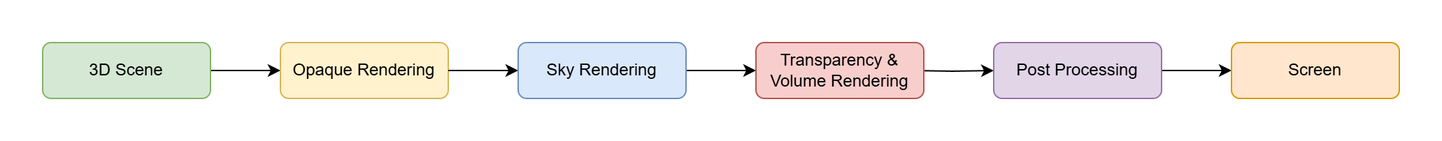
alelievr/Modern-Rendering-Introduction keeps this draw.io diagram as Media/Images/RenderPipeline.png. Above is the earlier version. Source tidied: cells renumbered, new cells last; positions are measured from the earlier drawing's top-left corner, leaving out a move shared by most shapes. The source it was exported from:
```xml
<mxGraphModel>
  <root>
    <mxCell id="0" />
    <mxCell id="1" parent="0" />
    <mxCell id="2" style="edgeStyle=orthogonalEdgeStyle;rounded=0;jettySize=auto;html=1;" parent="1" edge="1" source="3" target="5">
      <mxGeometry relative="1" as="geometry" />
    </mxCell>
    <mxCell id="3" value="3D Scene" style="rounded=1;whiteSpace=wrap;html=1;fillColor=#d5e8d4;strokeColor=#82b366;" parent="1" vertex="1">
      <mxGeometry width="120" height="40" as="geometry" />
    </mxCell>
    <mxCell id="4" style="edgeStyle=orthogonalEdgeStyle;rounded=0;jettySize=auto;html=1;" parent="1" edge="1" source="12" target="7">
      <mxGeometry relative="1" as="geometry" />
    </mxCell>
    <mxCell id="5" value="Opaque Rendering" style="rounded=1;whiteSpace=wrap;html=1;fillColor=#fff2cc;strokeColor=#d6b656;" parent="1" vertex="1">
      <mxGeometry x="170" width="120" height="40" as="geometry" />
    </mxCell>
    <mxCell id="6" style="edgeStyle=orthogonalEdgeStyle;rounded=0;jettySize=auto;html=1;" parent="1" edge="1" target="9">
      <mxGeometry relative="1" as="geometry">
        <mxPoint x="620" y="20" as="sourcePoint" />
      </mxGeometry>
    </mxCell>
    <mxCell id="7" value="Transparency &amp;amp; Volume Rendering" style="rounded=1;whiteSpace=wrap;html=1;fillColor=#f8cecc;strokeColor=#b85450;" parent="1" vertex="1">
      <mxGeometry x="510" width="120" height="40" as="geometry" />
    </mxCell>
    <mxCell id="8" style="edgeStyle=orthogonalEdgeStyle;rounded=0;jettySize=auto;html=1;" parent="1" edge="1" source="9" target="10">
      <mxGeometry relative="1" as="geometry" />
    </mxCell>
    <mxCell id="9" value="Post Processing" style="rounded=1;whiteSpace=wrap;html=1;fillColor=#e1d5e7;strokeColor=#9673a6;" parent="1" vertex="1">
      <mxGeometry x="680" width="120" height="40" as="geometry" />
    </mxCell>
    <mxCell id="10" value="Screen" style="rounded=1;whiteSpace=wrap;html=1;fillColor=#ffe6cc;strokeColor=#d79b00;" parent="1" vertex="1">
      <mxGeometry x="850" width="120" height="40" as="geometry" />
    </mxCell>
    <mxCell id="11" style="edgeStyle=orthogonalEdgeStyle;rounded=0;jettySize=auto;html=1;" parent="1" edge="1" source="5" target="12">
      <mxGeometry relative="1" as="geometry" />
    </mxCell>
    <mxCell id="12" value="Sky Rendering" style="rounded=1;whiteSpace=wrap;html=1;fillColor=#dae8fc;strokeColor=#6c8ebf;" parent="1" vertex="1">
      <mxGeometry x="340" width="120" height="40" as="geometry" />
    </mxCell>
  </root>
</mxGraphModel>
```
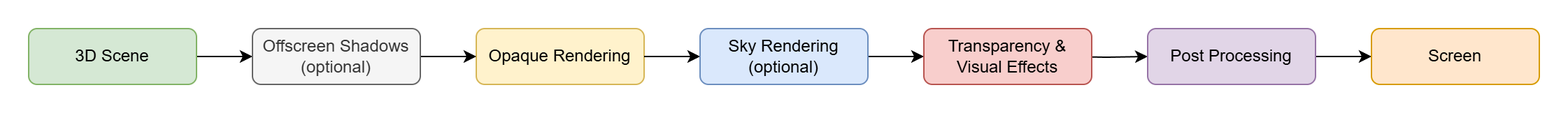
The same diagram one commit later.

The edit, as a diff of the source:
```diff
@@ -2,25 +2,25 @@
   <root>
     <mxCell id="0" />
     <mxCell id="1" parent="0" />
-    <mxCell id="2" style="edgeStyle=orthogonalEdgeStyle;rounded=0;jettySize=auto;html=1;" parent="1" edge="1" source="3" target="5">
-      <mxGeometry relative="1" as="geometry" />
-    </mxCell>
+    <mxCell id="13" style="edgeStyle=orthogonalEdgeStyle;rounded=0;jettySize=auto;html=1;" parent="1" edge="1" source="3" target="15">
+      <mxGeometry relative="1" as="geometry" />
+    </mxCell>
     <mxCell id="3" value="3D Scene" style="rounded=1;whiteSpace=wrap;html=1;fillColor=#d5e8d4;strokeColor=#82b366;" parent="1" vertex="1">
-      <mxGeometry width="120" height="40" as="geometry" />
+      <mxGeometry x="-120" width="120" height="40" as="geometry" />
     </mxCell>
     <mxCell id="4" style="edgeStyle=orthogonalEdgeStyle;rounded=0;jettySize=auto;html=1;" parent="1" edge="1" source="12" target="7">
       <mxGeometry relative="1" as="geometry" />
     </mxCell>
     <mxCell id="5" value="Opaque Rendering" style="rounded=1;whiteSpace=wrap;html=1;fillColor=#fff2cc;strokeColor=#d6b656;" parent="1" vertex="1">
-      <mxGeometry x="170" width="120" height="40" as="geometry" />
+      <mxGeometry x="200" width="120" height="40" as="geometry" />
     </mxCell>
     <mxCell id="6" style="edgeStyle=orthogonalEdgeStyle;rounded=0;jettySize=auto;html=1;" parent="1" edge="1" target="9">
       <mxGeometry relative="1" as="geometry">
         <mxPoint x="620" y="20" as="sourcePoint" />
       </mxGeometry>
     </mxCell>
-    <mxCell id="7" value="Transparency &amp;amp; Volume Rendering" style="rounded=1;whiteSpace=wrap;html=1;fillColor=#f8cecc;strokeColor=#b85450;" parent="1" vertex="1">
-      <mxGeometry x="510" width="120" height="40" as="geometry" />
+    <mxCell id="7" value="Transparency &amp;amp; Visual Effects" style="rounded=1;whiteSpace=wrap;html=1;fillColor=#f8cecc;strokeColor=#b85450;" parent="1" vertex="1">
+      <mxGeometry x="520" width="120" height="40" as="geometry" />
     </mxCell>
     <mxCell id="8" style="edgeStyle=orthogonalEdgeStyle;rounded=0;jettySize=auto;html=1;" parent="1" edge="1" source="9" target="10">
       <mxGeometry relative="1" as="geometry" />
@@ -29,13 +29,19 @@
       <mxGeometry x="680" width="120" height="40" as="geometry" />
     </mxCell>
     <mxCell id="10" value="Screen" style="rounded=1;whiteSpace=wrap;html=1;fillColor=#ffe6cc;strokeColor=#d79b00;" parent="1" vertex="1">
-      <mxGeometry x="850" width="120" height="40" as="geometry" />
+      <mxGeometry x="840" width="120" height="40" as="geometry" />
     </mxCell>
     <mxCell id="11" style="edgeStyle=orthogonalEdgeStyle;rounded=0;jettySize=auto;html=1;" parent="1" edge="1" source="5" target="12">
       <mxGeometry relative="1" as="geometry" />
     </mxCell>
-    <mxCell id="12" value="Sky Rendering" style="rounded=1;whiteSpace=wrap;html=1;fillColor=#dae8fc;strokeColor=#6c8ebf;" parent="1" vertex="1">
-      <mxGeometry x="340" width="120" height="40" as="geometry" />
+    <mxCell id="12" value="Sky Rendering&lt;div&gt;(optional)&lt;/div&gt;" style="rounded=1;whiteSpace=wrap;html=1;fillColor=#dae8fc;strokeColor=#6c8ebf;" parent="1" vertex="1">
+      <mxGeometry x="360" width="120" height="40" as="geometry" />
     </mxCell>
+    <mxCell id="14" style="edgeStyle=orthogonalEdgeStyle;rounded=0;jettySize=auto;html=1;entryX=0;entryY=0.5;entryDx=0;entryDy=0;" parent="1" edge="1" source="15" target="5">
+      <mxGeometry relative="1" as="geometry" />
+    </mxCell>
+    <mxCell id="15" value="Offscreen Shadows&lt;div&gt;(optional)&lt;/div&gt;" style="rounded=1;whiteSpace=wrap;html=1;fillColor=#f5f5f5;strokeColor=#666666;fontColor=#333333;" parent="1" vertex="1">
+      <mxGeometry x="40" width="120" height="40" as="geometry" />
+    </mxCell>
   </root>
 </mxGraphModel>
```
